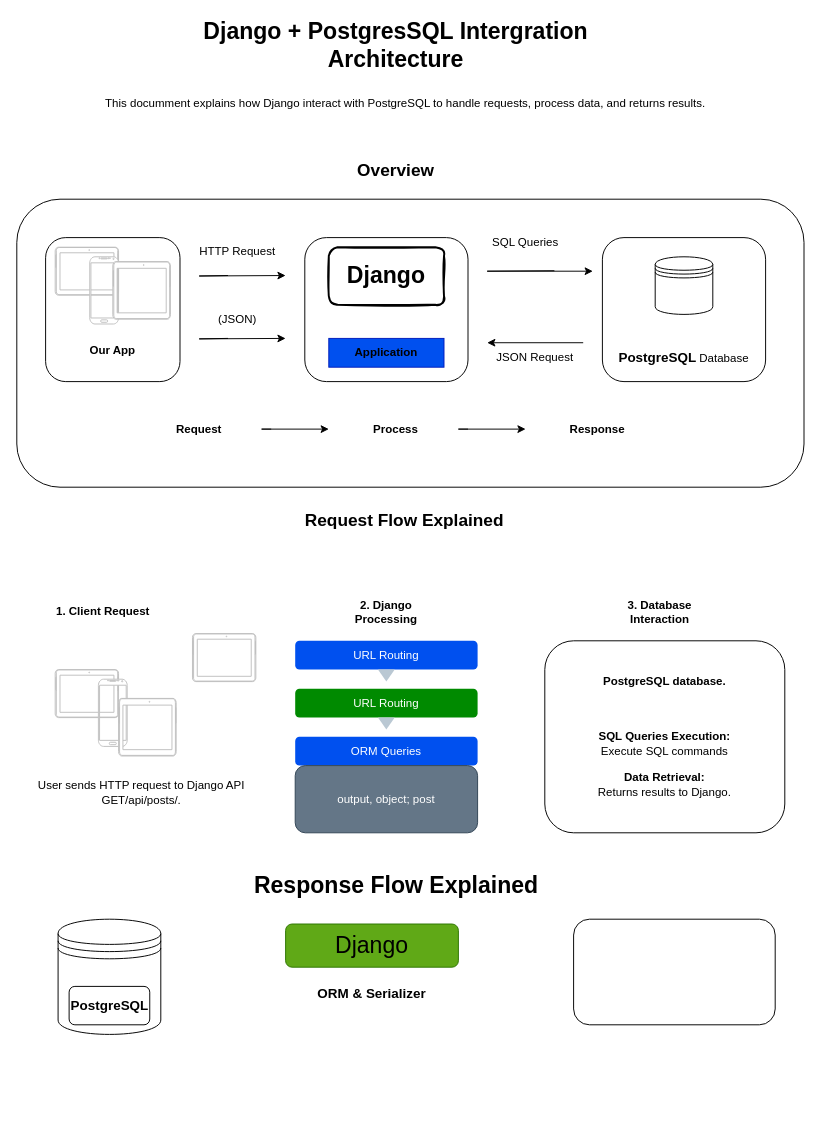
Before: Untitled Diagram.drawio in ksandile/dbInStoreForumBackend, a draw.io diagram. Source tidied: cells renumbered, new cells numbered last; positions are measured from the earlier drawing's top-left corner, leaving out a move shared by most shapes. Both pictures are drawn from the tidied source at 96%, with x=0, y=0 at pixel (16, 16).
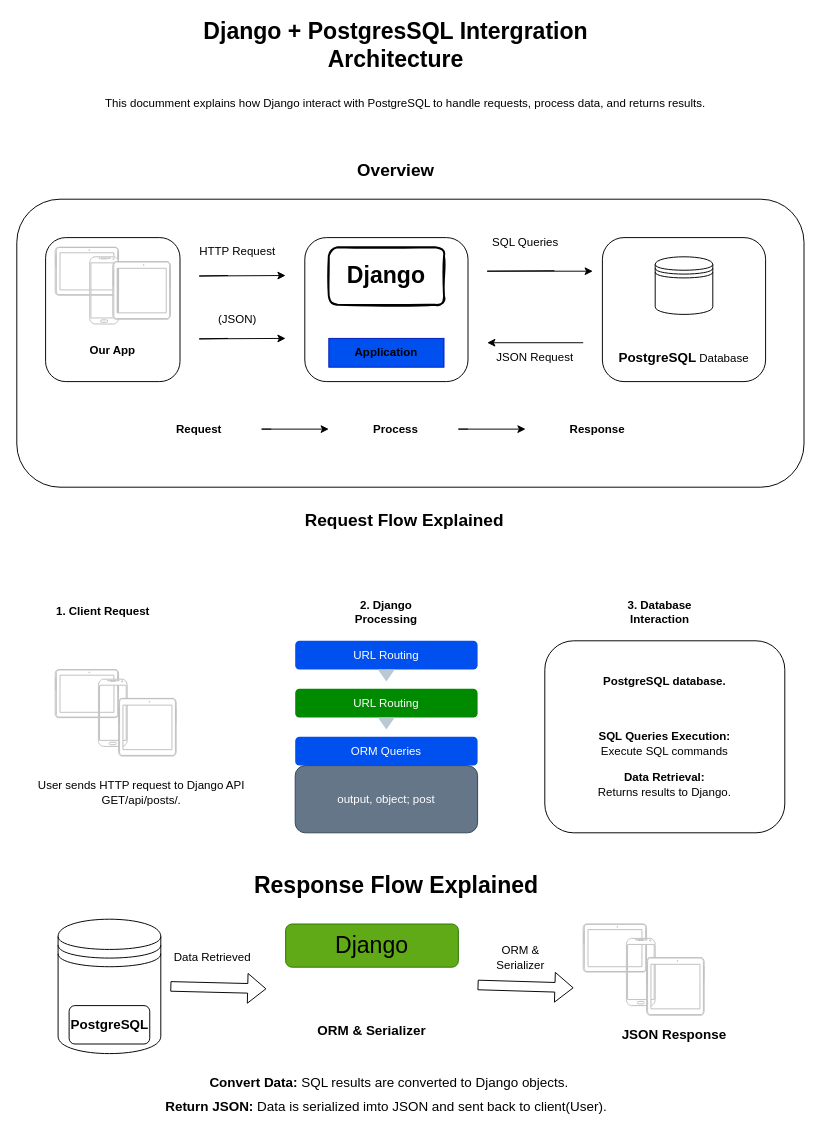
After the change.

The edit, as a diff of the source:
```diff
@@
     <mxCell id="46" style="shape=datastore;whiteSpace=wrap;html=1;" parent="1" vertex="1">
-      <mxGeometry x="43" y="940" width="107" height="120" as="geometry" />
+      <mxGeometry x="43" y="940" width="107" height="140" as="geometry" />
     </mxCell>
-    <mxCell id="47" value="&lt;div&gt;&lt;br&gt;&lt;/div&gt;&lt;div&gt;&lt;br&gt;&lt;/div&gt;&lt;div&gt;&lt;b&gt;&lt;font style=&quot;font-size: 14px;&quot;&gt;ORM &amp;amp; Serializer&lt;/font&gt;&lt;/b&gt;&lt;/div&gt;" style="rounded=1;whiteSpace=wrap;html=1;strokeColor=none;align=center;verticalAlign=middle;fontFamily=Helvetica;fontSize=12;fontColor=default;fillColor=default;" parent="1" vertex="1">
-      <mxGeometry x="260" y="945" width="220" height="115" as="geometry" />
+    <mxCell id="47" value="&lt;div&gt;&lt;br&gt;&lt;/div&gt;&lt;div&gt;&lt;br&gt;&lt;/div&gt;&lt;div&gt;&lt;br&gt;&lt;/div&gt;&lt;div&gt;&lt;br&gt;&lt;/div&gt;&lt;div&gt;&lt;br&gt;&lt;/div&gt;&lt;div&gt;&lt;br&gt;&lt;/div&gt;&lt;div&gt;&lt;b&gt;&lt;font style=&quot;font-size: 14px;&quot;&gt;ORM &amp;amp; Serializer&lt;/font&gt;&lt;/b&gt;&lt;/div&gt;" style="rounded=1;whiteSpace=wrap;html=1;strokeColor=none;align=center;verticalAlign=middle;fontFamily=Helvetica;fontSize=12;fontColor=default;fillColor=default;" parent="1" vertex="1">
+      <mxGeometry x="260" y="945" width="220" height="135" as="geometry" />
     </mxCell>
-    <mxCell id="48" style="verticalLabelPosition=bottom;verticalAlign=top;html=1;shadow=0;dashed=0;strokeWidth=1;shape=mxgraph.android.tab2;strokeColor=#c0c0c0;direction=north;" parent="1" vertex="1">
-      <mxGeometry x="183" y="642.5" width="66" height="50" as="geometry" />
-    </mxCell>
-    <mxCell id="49" style="rounded=1;whiteSpace=wrap;html=1;strokeColor=default;align=center;verticalAlign=middle;fontFamily=Helvetica;fontSize=12;fontColor=default;fillColor=default;" parent="1" vertex="1">
-      <mxGeometry x="580" y="940" width="210" height="110" as="geometry" />
+    <mxCell id="49" value="&lt;div&gt;&lt;br&gt;&lt;/div&gt;&lt;div&gt;&lt;br&gt;&lt;/div&gt;&lt;div&gt;&lt;br&gt;&lt;/div&gt;&lt;div&gt;&lt;br&gt;&lt;/div&gt;&lt;div&gt;&lt;br&gt;&lt;/div&gt;&lt;div&gt;&lt;br&gt;&lt;/div&gt;&lt;div&gt;&lt;br&gt;&lt;/div&gt;&lt;div&gt;&lt;b&gt;&lt;font style=&quot;font-size: 14px;&quot;&gt;JSON Response&lt;/font&gt;&lt;/b&gt;&lt;/div&gt;" style="rounded=1;whiteSpace=wrap;html=1;strokeColor=none;align=center;verticalAlign=middle;fontFamily=Helvetica;fontSize=12;fontColor=default;fillColor=default;" parent="1" vertex="1">
+      <mxGeometry x="580" y="940" width="210" height="140" as="geometry" />
     </mxCell>
     <mxCell id="50" value="&lt;b&gt;&lt;font style=&quot;font-size: 14px;&quot;&gt;PostgreSQL&lt;/font&gt;&lt;/b&gt;" style="rounded=1;whiteSpace=wrap;html=1;strokeColor=default;align=center;verticalAlign=middle;fontFamily=Helvetica;fontSize=12;fontColor=default;fillColor=default;" parent="1" vertex="1">
-      <mxGeometry x="54.5" y="1010" width="84" height="40" as="geometry" />
+      <mxGeometry x="54.5" y="1030" width="84" height="40" as="geometry" />
     </mxCell>
@@
+    <mxCell id="52" style="verticalLabelPosition=bottom;verticalAlign=top;html=1;shadow=0;dashed=0;strokeWidth=1;shape=mxgraph.android.tab2;strokeColor=#c0c0c0;direction=north;" parent="1" vertex="1">
+      <mxGeometry x="590" y="945" width="66" height="50" as="geometry" />
+    </mxCell>
+    <mxCell id="53" style="verticalLabelPosition=bottom;verticalAlign=top;html=1;shadow=0;dashed=0;strokeWidth=1;shape=mxgraph.android.phone2;strokeColor=#c0c0c0;" parent="1" vertex="1">
+      <mxGeometry x="635" y="960" width="30" height="70" as="geometry" />
+    </mxCell>
+    <mxCell id="54" style="verticalLabelPosition=bottom;verticalAlign=top;html=1;shadow=0;dashed=0;strokeWidth=1;shape=mxgraph.android.tab2;strokeColor=#c0c0c0;direction=north;" parent="1" vertex="1">
+      <mxGeometry x="656" y="980" width="60" height="60" as="geometry" />
+    </mxCell>
+    <mxCell id="55" style="endArrow=classic;html=1;rounded=0;fontFamily=Helvetica;fontSize=12;fontColor=default;shape=flexArrow;entryX=0;entryY=0.5;entryDx=0;entryDy=0;" parent="1" edge="1" target="47">
+      <mxGeometry relative="1" as="geometry">
+        <mxPoint x="160" y="1010" as="sourcePoint" />
+      </mxGeometry>
+    </mxCell>
+    <mxCell id="56" style="endArrow=classic;html=1;rounded=0;fontFamily=Helvetica;fontSize=12;fontColor=default;shape=flexArrow;entryX=0;entryY=0.5;entryDx=0;entryDy=0;" parent="1" edge="1">
+      <mxGeometry relative="1" as="geometry">
+        <mxPoint x="480" y="1008.5" as="sourcePoint" />
+        <mxPoint x="580" y="1011.5" as="targetPoint" />
+      </mxGeometry>
+    </mxCell>
+    <mxCell id="57" value="ORM &amp;amp; Serializer" style="text;html=1;whiteSpace=wrap;strokeColor=none;fillColor=none;align=center;verticalAlign=middle;rounded=0;fontFamily=Helvetica;fontSize=12;fontColor=default;" parent="1" vertex="1">
+      <mxGeometry x="480" y="965" width="90" height="30" as="geometry" />
+    </mxCell>
+    <mxCell id="58" value="Data Retrieved" style="text;html=1;whiteSpace=wrap;strokeColor=none;fillColor=none;align=center;verticalAlign=middle;rounded=0;fontFamily=Helvetica;fontSize=12;fontColor=default;" parent="1" vertex="1">
+      <mxGeometry x="159" y="965" width="90" height="30" as="geometry" />
+    </mxCell>
+    <mxCell id="59" value="&lt;font style=&quot;font-size: 14px;&quot;&gt;&lt;b&gt;Convert Data: &lt;/b&gt;SQL results are converted to Django objects.&lt;/font&gt;" style="text;html=1;whiteSpace=wrap;strokeColor=none;fillColor=none;align=center;verticalAlign=middle;rounded=0;fontFamily=Helvetica;fontSize=12;fontColor=default;" parent="1" vertex="1">
+      <mxGeometry x="106" y="1095" width="564" height="30" as="geometry" />
+    </mxCell>
+    <mxCell id="60" value="&lt;font style=&quot;font-size: 14px;&quot;&gt;&lt;b&gt;Return JSON: &lt;/b&gt;Data is serialized imto JSON and sent back to client(User).&lt;/font&gt;" style="text;html=1;whiteSpace=wrap;strokeColor=none;fillColor=none;align=center;verticalAlign=middle;rounded=0;fontFamily=Helvetica;fontSize=12;fontColor=default;" parent="1" vertex="1">
+      <mxGeometry x="103" y="1120" width="564" height="30" as="geometry" />
+    </mxCell>
```
